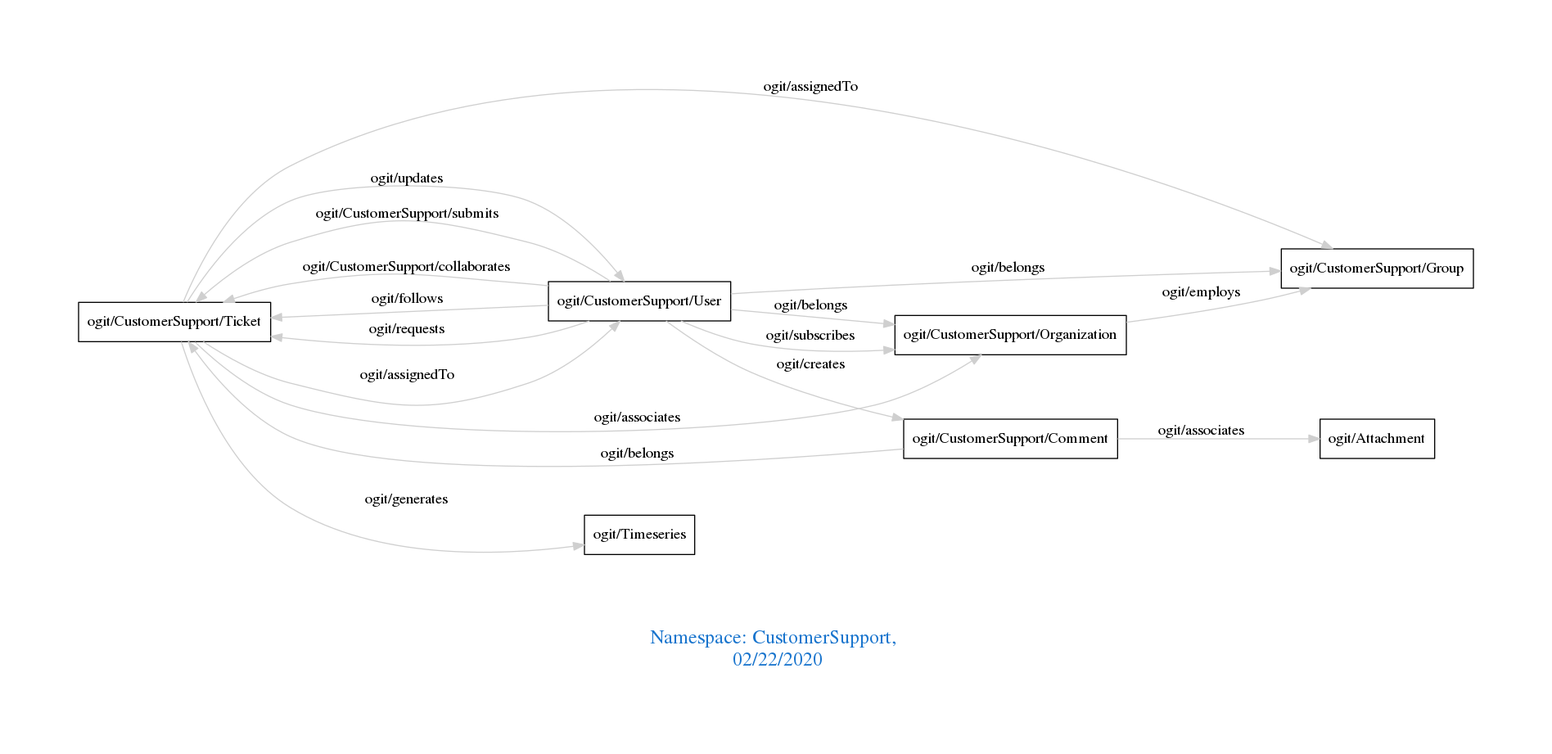
Above: downloads/CustomerSupport.png in arago/OGIT (Graphviz), before the change. Its source is kept beside it as downloads/CustomerSupport.dot.
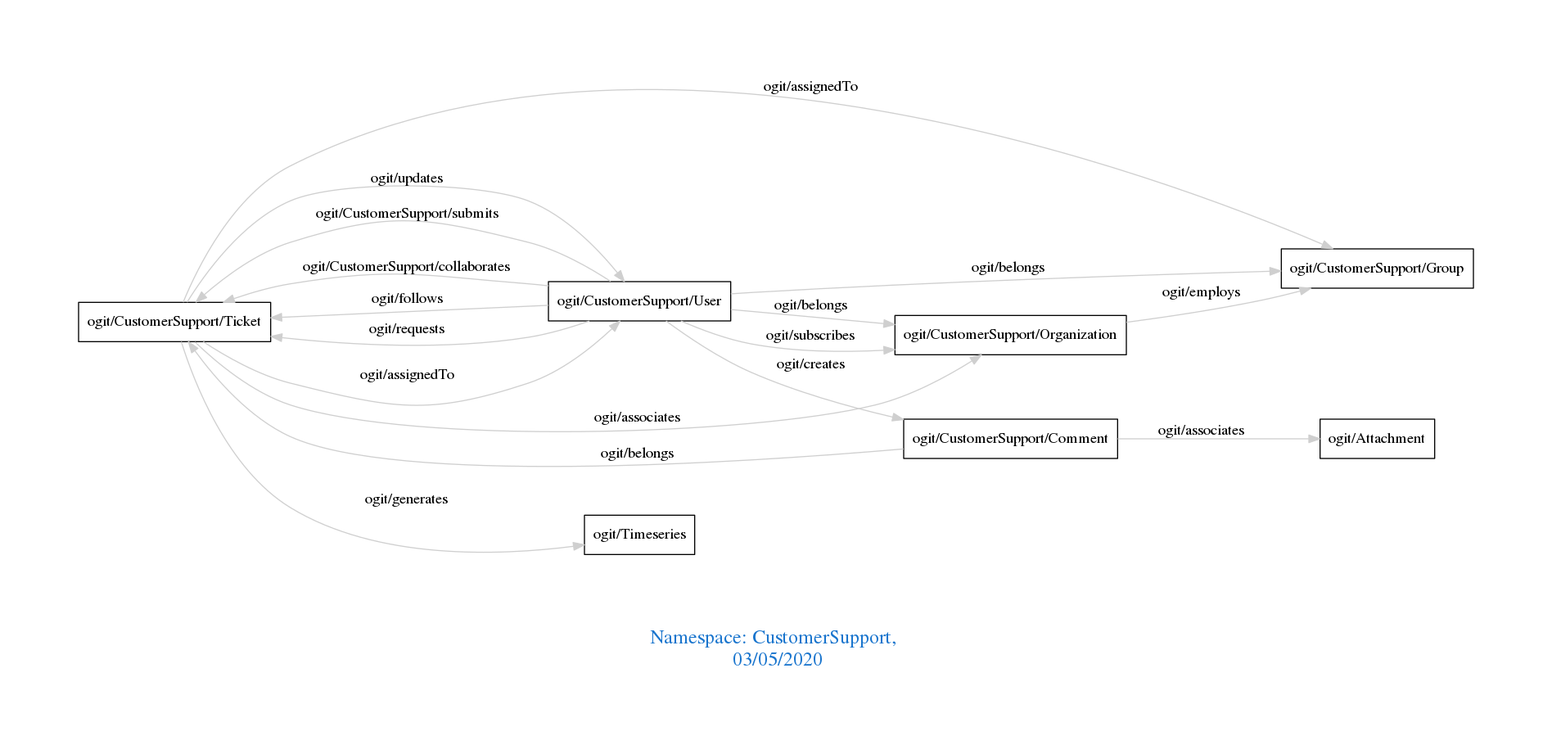
The same diagram one commit later.

Diff of the diagram source:
```diff
@@ -1,7 +1,7 @@
 digraph OGIT_ontology {
  graph [ rankdir= LR,pad=1
 fontsize = 18,
-fontcolor= dodgerblue3,label = "\n\n\nNamespace: CustomerSupport, \n 02/22/2020"];
+fontcolor= dodgerblue3,label = "\n\n\nNamespace: CustomerSupport, \n 03/05/2020"];
 node[shape=polygon];
 edge [  color="gray81"];
 
```
